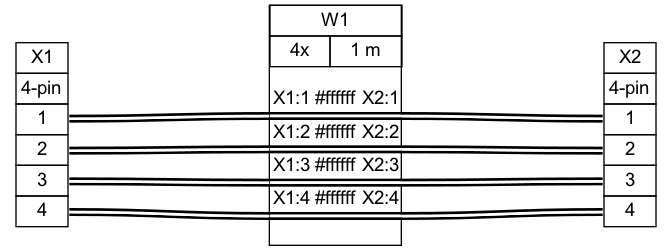
This is tutorial/tutorial01.png from wireviz/WireViz, a Graphviz export, as it was before one commit. Its source is kept beside it as tutorial/tutorial01.gv.
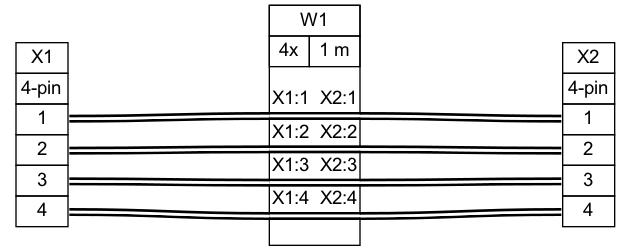
After the commit.

The edit, as a diff of the source:
```diff
@@ -16,5 +16,5 @@
 	edge [color="#000000:#ffffff:#000000"]
 	X1:p4r:e -- W1:w4:w
 	W1:w4:e -- X2:p4l:w
-	W1 [label=<<table border="0" cellspacing="0" cellpadding="0"><tr><td><table border="0" cellspacing="0" cellpadding="3" cellborder="1"><tr><td colspan="2">W1</td></tr><tr><td balign="left">4x</td><td balign="left">1 m</td></tr></table></td></tr><tr><td>&nbsp;</td></tr><tr><td><table border="0" cellspacing="0" cellborder="0"><tr><td>X1:1</td><td>#ffffff</td><td>X2:1</td></tr><tr><td colspan="3" border="0" cellspacing="0" cellpadding="0" port="w1" height="6"><table cellspacing="0" cellborder="0" border = "0"><tr><td colspan="3" cellpadding="0" height="2" bgcolor="#000000" border="0"></td></tr><tr><td colspan="3" cellpadding="0" height="2" bgcolor="#ffffff" border="0"></td></tr><tr><td colspan="3" cellpadding="0" height="2" bgcolor="#000000" border="0"></td></tr></table></td></tr><tr><td>X1:2</td><td>#ffffff</td><td>X2:2</td></tr><tr><td colspan="3" border="0" cellspacing="0" cellpadding="0" port="w2" height="6"><table cellspacing="0" cellborder="0" border = "0"><tr><td colspan="3" cellpadding="0" height="2" bgcolor="#000000" border="0"></td></tr><tr><td colspan="3" cellpadding="0" height="2" bgcolor="#ffffff" border="0"></td></tr><tr><td colspan="3" cellpadding="0" height="2" bgcolor="#000000" border="0"></td></tr></table></td></tr><tr><td>X1:3</td><td>#ffffff</td><td>X2:3</td></tr><tr><td colspan="3" border="0" cellspacing="0" cellpadding="0" port="w3" height="6"><table cellspacing="0" cellborder="0" border = "0"><tr><td colspan="3" cellpadding="0" height="2" bgcolor="#000000" border="0"></td></tr><tr><td colspan="3" cellpadding="0" height="2" bgcolor="#ffffff" border="0"></td></tr><tr><td colspan="3" cellpadding="0" height="2" bgcolor="#000000" border="0"></td></tr></table></td></tr><tr><td>X1:4</td><td>#ffffff</td><td>X2:4</td></tr><tr><td colspan="3" border="0" cellspacing="0" cellpadding="0" port="w4" height="6"><table cellspacing="0" cellborder="0" border = "0"><tr><td colspan="3" cellpadding="0" height="2" bgcolor="#000000" border="0"></td></tr><tr><td colspan="3" cellpadding="0" height="2" bgcolor="#ffffff" border="0"></td></tr><tr><td colspan="3" cellpadding="0" height="2" bgcolor="#000000" border="0"></td></tr></table></td></tr><tr><td>&nbsp;</td></tr></table></td></tr></table>> fillcolor=white margin=0 shape=box style=""]
+	W1 [label=<<table border="0" cellspacing="0" cellpadding="0"><tr><td><table border="0" cellspacing="0" cellpadding="3" cellborder="1"><tr><td colspan="2">W1</td></tr><tr><td balign="left">4x</td><td balign="left">1 m</td></tr></table></td></tr><tr><td>&nbsp;</td></tr><tr><td><table border="0" cellspacing="0" cellborder="0"><tr><td>X1:1</td><td></td><td>X2:1</td></tr><tr><td colspan="3" border="0" cellspacing="0" cellpadding="0" port="w1" height="6"><table cellspacing="0" cellborder="0" border = "0"><tr><td colspan="3" cellpadding="0" height="2" bgcolor="#000000" border="0"></td></tr><tr><td colspan="3" cellpadding="0" height="2" bgcolor="#ffffff" border="0"></td></tr><tr><td colspan="3" cellpadding="0" height="2" bgcolor="#000000" border="0"></td></tr></table></td></tr><tr><td>X1:2</td><td></td><td>X2:2</td></tr><tr><td colspan="3" border="0" cellspacing="0" cellpadding="0" port="w2" height="6"><table cellspacing="0" cellborder="0" border = "0"><tr><td colspan="3" cellpadding="0" height="2" bgcolor="#000000" border="0"></td></tr><tr><td colspan="3" cellpadding="0" height="2" bgcolor="#ffffff" border="0"></td></tr><tr><td colspan="3" cellpadding="0" height="2" bgcolor="#000000" border="0"></td></tr></table></td></tr><tr><td>X1:3</td><td></td><td>X2:3</td></tr><tr><td colspan="3" border="0" cellspacing="0" cellpadding="0" port="w3" height="6"><table cellspacing="0" cellborder="0" border = "0"><tr><td colspan="3" cellpadding="0" height="2" bgcolor="#000000" border="0"></td></tr><tr><td colspan="3" cellpadding="0" height="2" bgcolor="#ffffff" border="0"></td></tr><tr><td colspan="3" cellpadding="0" height="2" bgcolor="#000000" border="0"></td></tr></table></td></tr><tr><td>X1:4</td><td></td><td>X2:4</td></tr><tr><td colspan="3" border="0" cellspacing="0" cellpadding="0" port="w4" height="6"><table cellspacing="0" cellborder="0" border = "0"><tr><td colspan="3" cellpadding="0" height="2" bgcolor="#000000" border="0"></td></tr><tr><td colspan="3" cellpadding="0" height="2" bgcolor="#ffffff" border="0"></td></tr><tr><td colspan="3" cellpadding="0" height="2" bgcolor="#000000" border="0"></td></tr></table></td></tr><tr><td>&nbsp;</td></tr></table></td></tr></table>> fillcolor=white margin=0 shape=box style=""]
 }
```
